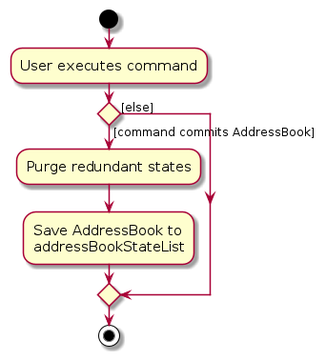
The PlantUML diagram diagrams/CommitActivityDiagram.png in duynguyen21007/tp, before a commit. Its source is kept beside it as diagrams/CommitActivityDiagram.puml.
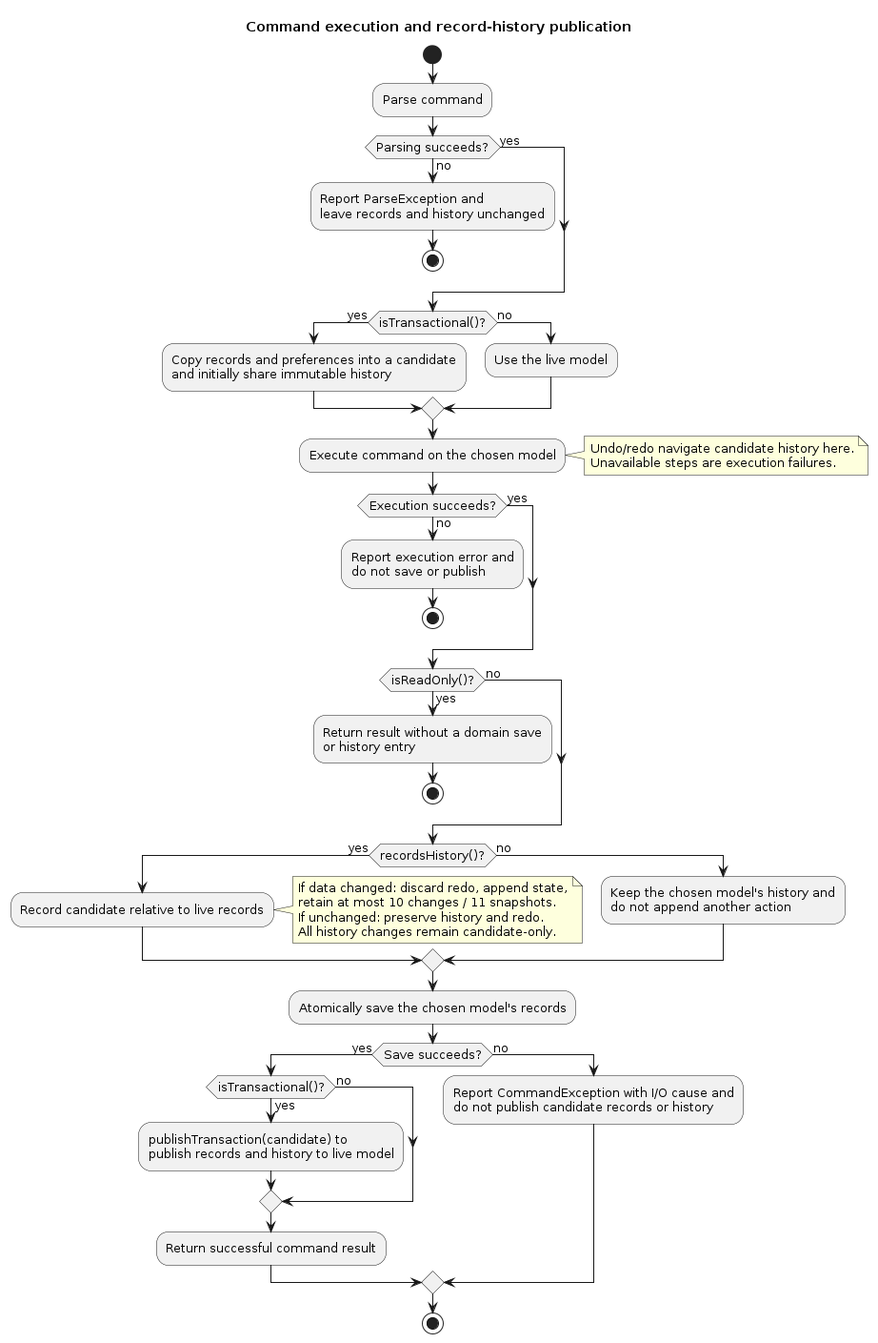
After the change.

What changed in the source:
```diff
@@ -1,16 +1,63 @@
 @startuml
-skin rose
-skinparam ActivityFontSize 15
+skinparam shadowing false
+skinparam defaultFontName Arial
+skinparam ActivityFontSize 13
 skinparam ArrowFontSize 12
+
+title Command execution and record-history publication
 start
-:User executes command;
-
-
-if () then ([command commits AddressBook])
-    :Purge redundant states;
-    :Save AddressBook to
-    addressBookStateList;
-else ([else])
+:Parse command;
+if (Parsing succeeds?) then (yes)
+else (no)
+  :Report ParseException and
+leave records and history unchanged;
+  stop
+endif
+if (isTransactional()?) then (yes)
+  :Copy records and preferences into a candidate\nand initially share immutable history;
+else (no)
+  :Use the live model;
+endif
+:Execute command on the chosen model;
+note right
+  Undo/redo navigate candidate history here.
+  Unavailable steps are execution failures.
+end note
+if (Execution succeeds?) then (yes)
+else (no)
+  :Report execution error and
+do not save or publish;
+  stop
+endif
+if (isReadOnly()?) then (yes)
+  :Return result without a domain save
+or history entry;
+  stop
+else (no)
+endif
+if (recordsHistory()?) then (yes)
+  :Record candidate relative to live records;
+  note right
+    If data changed: discard redo, append state,
+    retain at most 10 changes / 11 snapshots.
+    If unchanged: preserve history and redo.
+    All history changes remain candidate-only.
+  end note
+else (no)
+  :Keep the chosen model's history and
+do not append another action;
+endif
+:Atomically save the chosen model's records;
+if (Save succeeds?) then (yes)
+  if (isTransactional()?) then (yes)
+    :publishTransaction(candidate) to
+publish records and history to live model;
+  else (no)
+  endif
+  :Return successful command result;
+else (no)
+  :Report CommandException with I/O cause and
+do not publish candidate records or history;
 endif
 stop
 @enduml
```
